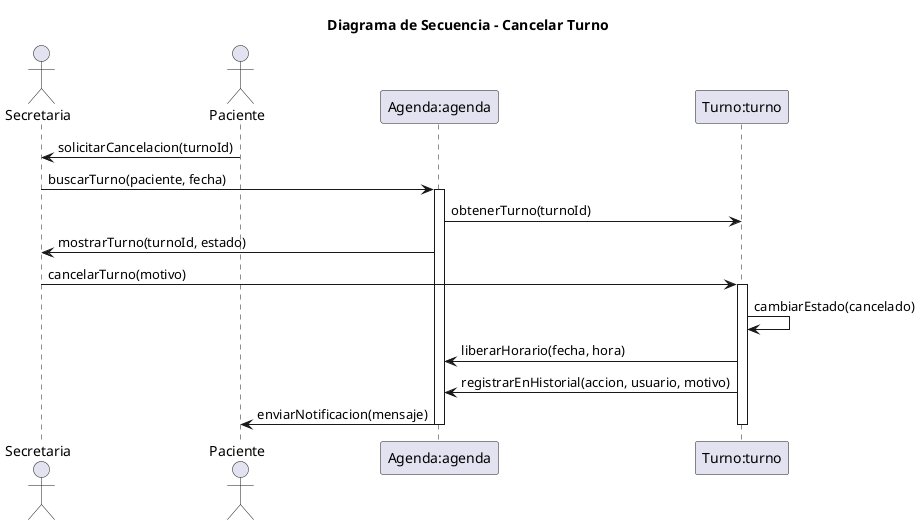
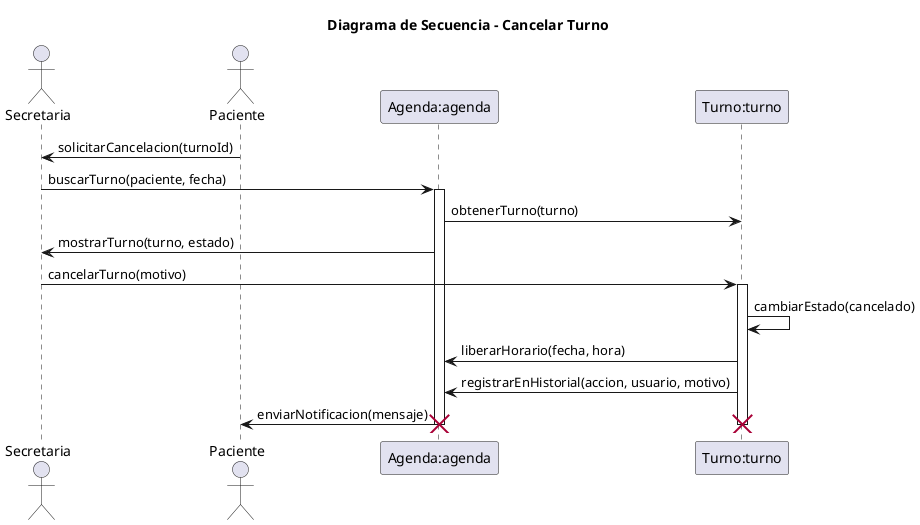
- @startuml
+ @startuml 05-secuencia-cancelar-turno-02
+ 
title Diagrama de Secuencia - Cancelar Turno
' Nombre del escenario: Cancelar Turno - Flujo Principal
' Archivo: diagramas/03-escenarios-casos-de-uso/03-cancelar-turno-flujo-principal.md
' Objetivo: Representar la cancelación de un turno a solicitud del paciente, involucrando secretaria, paciente y sistema, basado en responsabilidades de CRC (Secretaria gestiona turnos, Turno modifica estados, Agenda libera horarios).

- actor Secretaria as victoria
- actor Paciente as roberto
+ actor Secretaria as secretaria
+ actor Paciente as paciente
participant "Agenda:agenda" as agenda
participant "Turno:turno" as turno

- roberto -> victoria: solicitarCancelacion(turnoId)
+ paciente -> secretaria: solicitarCancelacion(turnoId)

- victoria -> agenda: buscarTurno(paciente, fecha)
+ secretaria -> agenda: buscarTurno(paciente, fecha)
activate agenda

- agenda -> turno: obtenerTurno(turnoId)
- agenda -> victoria: mostrarTurno(turnoId, estado)
+ agenda -> turno: obtenerTurno(turno)
+ agenda -> secretaria: mostrarTurno(turno, estado)

- victoria -> turno: cancelarTurno(motivo)
+ secretaria -> turno: cancelarTurno(motivo)
activate turno

turno -> turno: cambiarEstado(cancelado)
turno -> agenda: liberarHorario(fecha, hora)
turno -> agenda: registrarEnHistorial(accion, usuario, motivo)

- agenda -> roberto: enviarNotificacion(mensaje)
+ agenda -> paciente: enviarNotificacion(mensaje)

deactivate turno
deactivate agenda
+ 
+ destroy turno
+ destroy agenda
+ 
@enduml